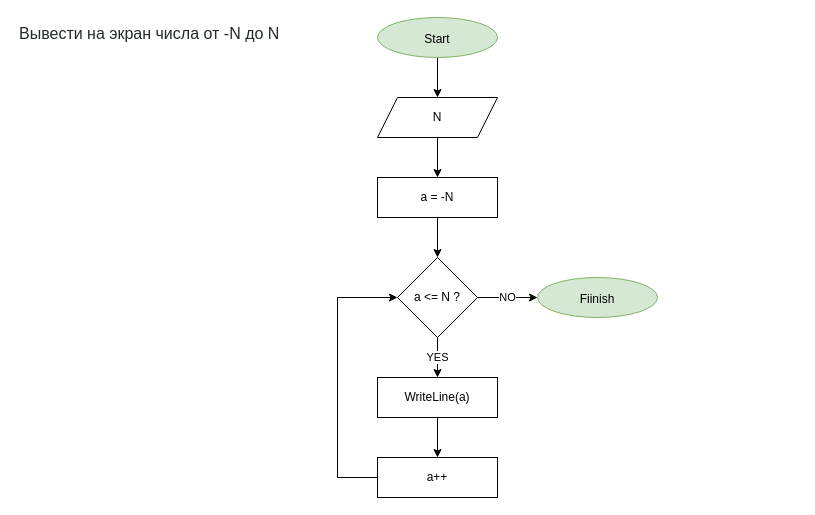
Earlier version of the draw.io diagram 008/008.drawio (RubanKS/Basic-CS). Source tidied: cells renumbered, new cells numbered last; positions are measured from the earlier drawing's top-left corner, leaving out a move shared by most shapes. Both pictures are drawn from the tidied source at 100%, with x=0, y=0 at pixel (17, 17).
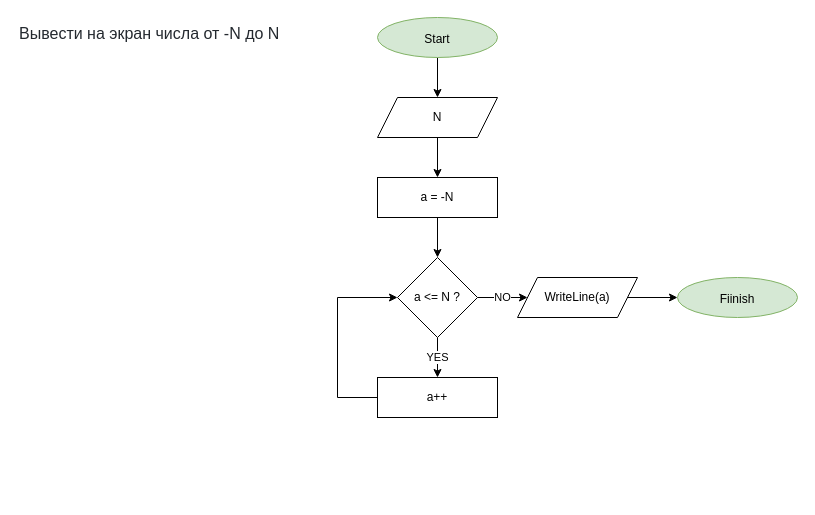
Above is the later version.

The edit, as a diff of the source:
```diff
@@
 <mxGraphModel>
   <root>
     <mxCell id="0" />
     <mxCell id="1" parent="0" />
     <mxCell id="2" style="edgeStyle=orthogonalEdgeStyle;rounded=0;jettySize=auto;html=1;exitX=0.5;exitY=1;exitDx=0;exitDy=0;entryX=0.5;entryY=0;entryDx=0;entryDy=0;" parent="1" edge="1" source="3" target="5">
       <mxGeometry relative="1" as="geometry" />
     </mxCell>
     <mxCell id="3" value="&lt;font style=&quot;font-size: 12px;&quot;&gt;Start&lt;/font&gt;" style="ellipse;whiteSpace=wrap;html=1;fontSize=16;fillColor=#d5e8d4;strokeColor=#82b366;" parent="1" vertex="1">
       <mxGeometry x="360" width="120" height="40" as="geometry" />
     </mxCell>
     <mxCell id="4" style="edgeStyle=orthogonalEdgeStyle;rounded=0;jettySize=auto;html=1;exitX=0.5;exitY=1;exitDx=0;exitDy=0;entryX=0.5;entryY=0;entryDx=0;entryDy=0;" parent="1" edge="1" source="5" target="7">
       <mxGeometry relative="1" as="geometry" />
     </mxCell>
     <mxCell id="5" value="N" style="shape=parallelogram;perimeter=parallelogramPerimeter;whiteSpace=wrap;html=1;fixedSize=1;" parent="1" vertex="1">
       <mxGeometry x="360" y="80" width="120" height="40" as="geometry" />
     </mxCell>
     <mxCell id="6" style="edgeStyle=orthogonalEdgeStyle;rounded=0;jettySize=auto;html=1;exitX=0.5;exitY=1;exitDx=0;exitDy=0;entryX=0.5;entryY=0;entryDx=0;entryDy=0;" parent="1" edge="1" source="7" target="10">
       <mxGeometry relative="1" as="geometry" />
     </mxCell>
     <mxCell id="7" value="a = -N" style="rounded=0;whiteSpace=wrap;html=1;" parent="1" vertex="1">
       <mxGeometry x="360" y="160" width="120" height="40" as="geometry" />
     </mxCell>
+    <mxCell id="9" value="NO" style="edgeStyle=orthogonalEdgeStyle;rounded=0;jettySize=auto;html=1;exitX=1;exitY=0.5;exitDx=0;exitDy=0;entryX=0;entryY=0.5;entryDx=0;entryDy=0;" parent="1" edge="1" source="10" target="12">
+      <mxGeometry relative="1" as="geometry" />
+    </mxCell>
-    <mxCell id="8" value="YES" style="edgeStyle=orthogonalEdgeStyle;rounded=0;jettySize=auto;html=1;exitX=0.5;exitY=1;exitDx=0;exitDy=0;entryX=0.5;entryY=0;entryDx=0;entryDy=0;" parent="1" edge="1" source="10" target="12">
+    <mxCell id="8" value="YES" style="edgeStyle=orthogonalEdgeStyle;rounded=0;jettySize=auto;html=1;exitX=0.5;exitY=1;exitDx=0;exitDy=0;entryX=0.5;entryY=0;entryDx=0;entryDy=0;" parent="1" edge="1" source="10" target="14">
       <mxGeometry relative="1" as="geometry" />
     </mxCell>
-    <mxCell id="9" value="NO" style="edgeStyle=orthogonalEdgeStyle;rounded=0;jettySize=auto;html=1;exitX=1;exitY=0.5;exitDx=0;exitDy=0;entryX=0;entryY=0.5;entryDx=0;entryDy=0;" parent="1" edge="1" source="10" target="16">
-      <mxGeometry relative="1" as="geometry" />
-    </mxCell>
     <mxCell id="10" value="a &amp;lt;= N ?" style="rhombus;whiteSpace=wrap;html=1;" parent="1" vertex="1">
       <mxGeometry x="380" y="240" width="80" height="80" as="geometry" />
     </mxCell>
-    <mxCell id="11" style="edgeStyle=orthogonalEdgeStyle;rounded=0;jettySize=auto;html=1;exitX=0.5;exitY=1;exitDx=0;exitDy=0;entryX=0.5;entryY=0;entryDx=0;entryDy=0;" parent="1" edge="1" source="12" target="14">
-      <mxGeometry relative="1" as="geometry" />
-    </mxCell>
-    <mxCell id="12" value="WriteLine(a)" style="rounded=0;whiteSpace=wrap;html=1;" parent="1" vertex="1">
-      <mxGeometry x="360" y="360" width="120" height="40" as="geometry" />
-    </mxCell>
     <mxCell id="13" style="edgeStyle=orthogonalEdgeStyle;rounded=0;jettySize=auto;html=1;exitX=0;exitY=0.5;exitDx=0;exitDy=0;entryX=0;entryY=0.5;entryDx=0;entryDy=0;" parent="1" edge="1" source="14" target="10">
       <mxGeometry relative="1" as="geometry">
         <Array as="points">
-          <mxPoint x="320" y="460" />
+          <mxPoint x="320" y="380" />
           <mxPoint x="320" y="280" />
         </Array>
       </mxGeometry>
     </mxCell>
     <mxCell id="14" value="a++" style="rounded=0;whiteSpace=wrap;html=1;" parent="1" vertex="1">
-      <mxGeometry x="360" y="440" width="120" height="40" as="geometry" />
+      <mxGeometry x="360" y="360" width="120" height="40" as="geometry" />
     </mxCell>
     <mxCell id="15" value="&lt;b id=&quot;docs-internal-guid-ac60fa6e-7fff-43e8-7ab8-157d46df6e29&quot; style=&quot;font-weight:normal;&quot;&gt;&lt;span style=&quot;font-size: 12pt; font-family: Arial; color: rgb(36, 41, 47); background-color: transparent; font-weight: 400; font-style: normal; font-variant: normal; text-decoration: none; vertical-align: baseline;&quot;&gt;Вывести на экран числа от -N до N&lt;/span&gt;&lt;/b&gt;" style="text;whiteSpace=wrap;html=1;" parent="1" vertex="1">
       <mxGeometry width="290" height="30" as="geometry" />
     </mxCell>
     <mxCell id="16" value="&lt;font style=&quot;font-size: 12px;&quot;&gt;Fiinish&lt;/font&gt;" style="ellipse;whiteSpace=wrap;html=1;fontSize=16;fillColor=#d5e8d4;strokeColor=#82b366;" parent="1" vertex="1">
-      <mxGeometry x="520" y="260" width="120" height="40" as="geometry" />
+      <mxGeometry x="660" y="260" width="120" height="40" as="geometry" />
     </mxCell>
+    <mxCell id="17" style="edgeStyle=orthogonalEdgeStyle;rounded=0;jettySize=auto;html=1;exitX=1;exitY=0.5;exitDx=0;exitDy=0;entryX=0;entryY=0.5;entryDx=0;entryDy=0;" parent="1" edge="1" source="12" target="16">
+      <mxGeometry relative="1" as="geometry" />
+    </mxCell>
+    <mxCell id="12" value="WriteLine(a)" style="shape=parallelogram;perimeter=parallelogramPerimeter;whiteSpace=wrap;html=1;fixedSize=1;" parent="1" vertex="1">
+      <mxGeometry x="500" y="260" width="120" height="40" as="geometry" />
+    </mxCell>
   </root>
 </mxGraphModel>
```
